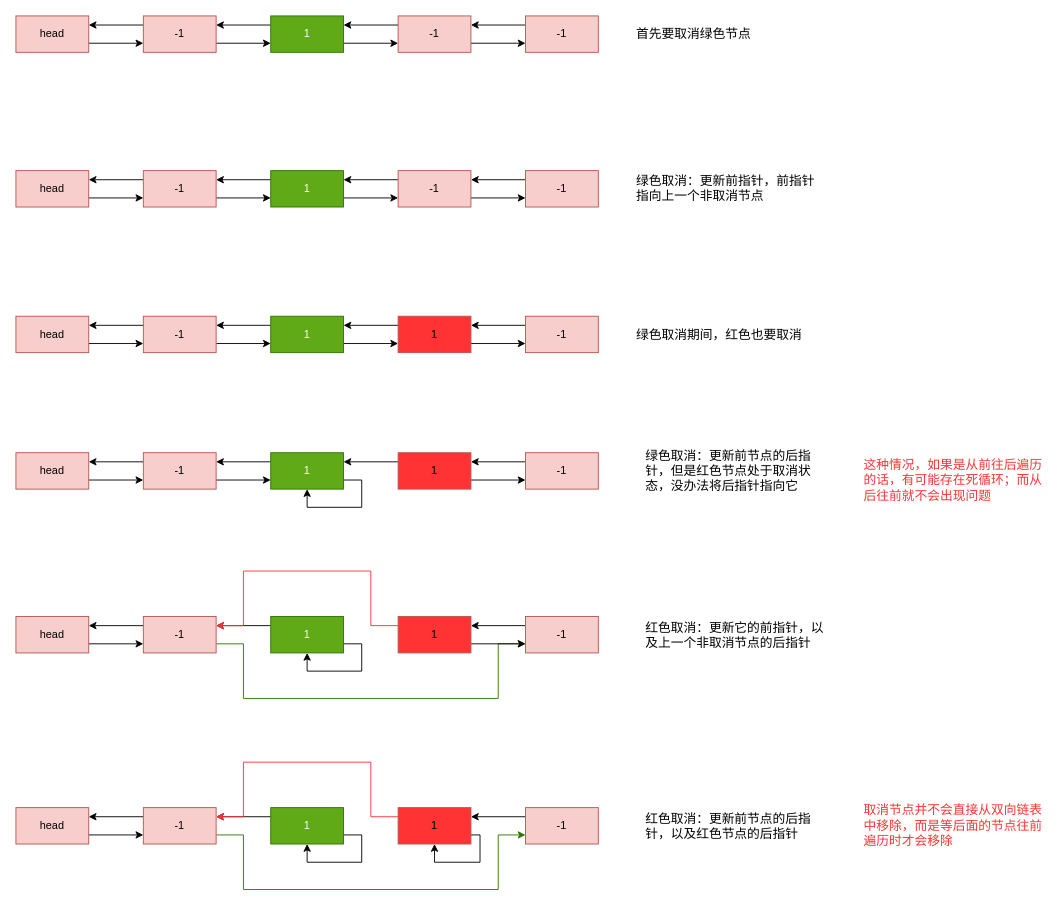
Above: lang/java/source/jdk8/AQS取消.drawio in weijiaduo/weijiaduo.github.io (draw.io), before the change. Source tidied: cells renumbered, new cells numbered last; positions are measured from the earlier drawing's top-left corner, leaving out a move shared by most shapes. Both pictures are drawn from the tidied source at 91%, with x=0, y=0 at pixel (15, 15).
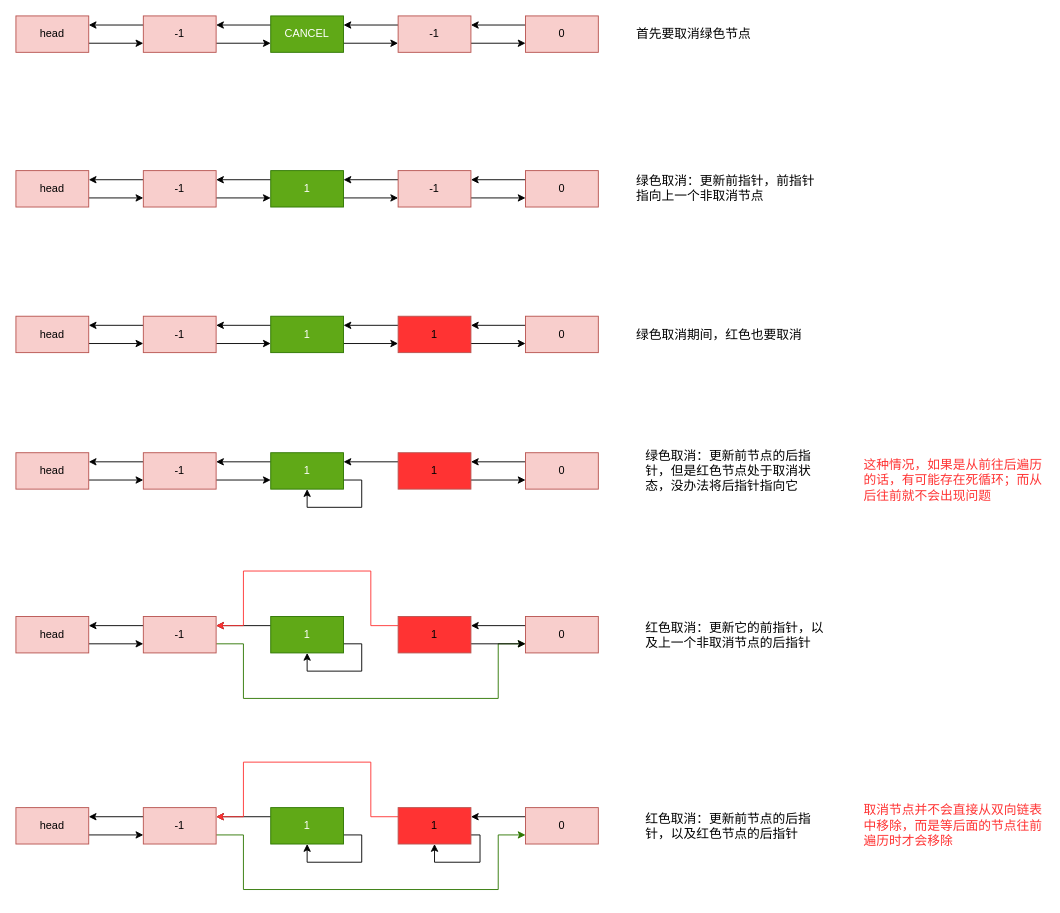
The same page after the edit.

Diff of the diagram source:
```diff
@@
-    <mxCell id="9" value="1" style="rounded=0;whiteSpace=wrap;html=1;fillColor=#60a917;strokeColor=#2D7600;fontColor=#ffffff;" parent="1" vertex="1">
+    <mxCell id="9" value="CANCEL" style="rounded=0;whiteSpace=wrap;html=1;fillColor=#60a917;strokeColor=#2D7600;fontColor=#ffffff;" parent="1" vertex="1">
       <mxGeometry x="280" width="80" height="40" as="geometry" />
     </mxCell>
@@
-    <mxCell id="14" value="-1" style="rounded=0;whiteSpace=wrap;html=1;fillColor=#f8cecc;strokeColor=#b85450;" parent="1" vertex="1">
+    <mxCell id="14" value="0" style="rounded=0;whiteSpace=wrap;html=1;fillColor=#f8cecc;strokeColor=#b85450;" parent="1" vertex="1">
       <mxGeometry x="560" width="80" height="40" as="geometry" />
     </mxCell>
@@
-    <mxCell id="27" value="-1" style="rounded=0;whiteSpace=wrap;html=1;fillColor=#f8cecc;strokeColor=#b85450;" parent="1" vertex="1">
+    <mxCell id="27" value="0" style="rounded=0;whiteSpace=wrap;html=1;fillColor=#f8cecc;strokeColor=#b85450;" parent="1" vertex="1">
       <mxGeometry x="560" y="170" width="80" height="40" as="geometry" />
     </mxCell>
@@
-    <mxCell id="40" value="-1" style="rounded=0;whiteSpace=wrap;html=1;fillColor=#f8cecc;strokeColor=#b85450;" parent="1" vertex="1">
+    <mxCell id="40" value="0" style="rounded=0;whiteSpace=wrap;html=1;fillColor=#f8cecc;strokeColor=#b85450;" parent="1" vertex="1">
       <mxGeometry x="560" y="660" width="80" height="40" as="geometry" />
     </mxCell>
@@
-    <mxCell id="53" value="-1" style="rounded=0;whiteSpace=wrap;html=1;fillColor=#f8cecc;strokeColor=#b85450;" parent="1" vertex="1">
+    <mxCell id="53" value="0" style="rounded=0;whiteSpace=wrap;html=1;fillColor=#f8cecc;strokeColor=#b85450;" parent="1" vertex="1">
       <mxGeometry x="560" y="870" width="80" height="40" as="geometry" />
     </mxCell>
@@
-    <mxCell id="66" value="-1" style="rounded=0;whiteSpace=wrap;html=1;fillColor=#f8cecc;strokeColor=#b85450;" parent="1" vertex="1">
+    <mxCell id="66" value="0" style="rounded=0;whiteSpace=wrap;html=1;fillColor=#f8cecc;strokeColor=#b85450;" parent="1" vertex="1">
       <mxGeometry x="560" y="330" width="80" height="40" as="geometry" />
     </mxCell>
@@
-    <mxCell id="79" value="-1" style="rounded=0;whiteSpace=wrap;html=1;fillColor=#f8cecc;strokeColor=#b85450;" parent="1" vertex="1">
+    <mxCell id="79" value="0" style="rounded=0;whiteSpace=wrap;html=1;fillColor=#f8cecc;strokeColor=#b85450;" parent="1" vertex="1">
       <mxGeometry x="560" y="480" width="80" height="40" as="geometry" />
     </mxCell>
```
